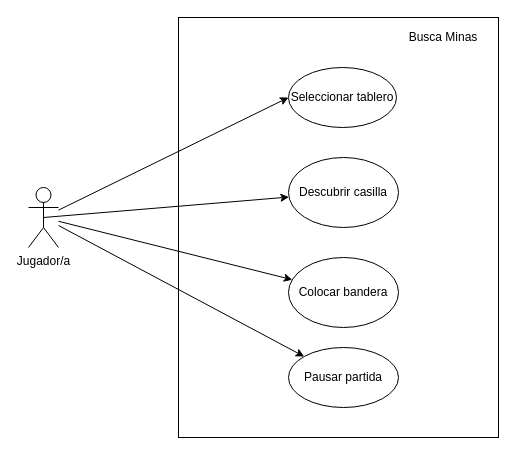
This is Untitled Diagram.drawio from nina011/bpmn_vi_semestre, a draw.io file, before an edit. Source tidied: cells renumbered, new cells numbered last; positions are measured from the earlier drawing's top-left corner, leaving out a move shared by most shapes. Both pictures are drawn from the tidied source at 100%, with x=0, y=0 at pixel (28, 17).
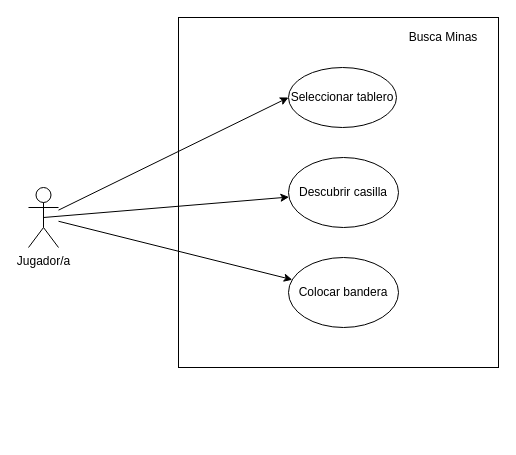
The same page after the edit.

Diff of the diagram source:
```diff
@@
 <mxGraphModel>
   <root>
     <mxCell id="0" />
     <mxCell id="1" parent="0" />
     <mxCell id="2" value="Jugador/a" style="shape=umlActor;verticalLabelPosition=bottom;verticalAlign=top;html=1;outlineConnect=0;" parent="1" vertex="1">
       <mxGeometry y="170" width="30" height="60" as="geometry" />
     </mxCell>
     <mxCell id="3" style="rounded=0;whiteSpace=wrap;html=1;" parent="1" vertex="1">
-      <mxGeometry x="150" width="320" height="420" as="geometry" />
+      <mxGeometry x="150" width="320" height="350" as="geometry" />
     </mxCell>
     <mxCell id="4" value="Seleccionar tablero" style="ellipse;whiteSpace=wrap;html=1;" parent="1" vertex="1">
       <mxGeometry x="260" y="50" width="108" height="60" as="geometry" />
     </mxCell>
     <mxCell id="5" value="Descubrir casilla" style="ellipse;whiteSpace=wrap;html=1;" parent="1" vertex="1">
       <mxGeometry x="260" y="140" width="110" height="70" as="geometry" />
     </mxCell>
     <mxCell id="6" value="Colocar bandera" style="ellipse;whiteSpace=wrap;html=1;" parent="1" vertex="1">
       <mxGeometry x="260" y="240" width="110" height="70" as="geometry" />
     </mxCell>
-    <mxCell id="7" value="Pausar partida" style="ellipse;whiteSpace=wrap;html=1;" parent="1" vertex="1">
-      <mxGeometry x="260" y="330" width="110" height="60" as="geometry" />
-    </mxCell>
     <mxCell id="8" value="Busca Minas" style="text;html=1;strokeColor=none;fillColor=none;align=center;verticalAlign=middle;whiteSpace=wrap;rounded=0;" parent="1" vertex="1">
       <mxGeometry x="360" y="10" width="110" height="20" as="geometry" />
     </mxCell>
     <mxCell id="9" style="endArrow=classic;html=1;entryX=0;entryY=0.5;entryDx=0;entryDy=0;" parent="1" edge="1" source="2" target="4">
       <mxGeometry relative="1" as="geometry" />
     </mxCell>
     <mxCell id="10" style="endArrow=classic;html=1;exitX=0.5;exitY=0.5;exitDx=0;exitDy=0;exitPerimeter=0;" parent="1" edge="1" source="2" target="5">
       <mxGeometry relative="1" as="geometry" />
     </mxCell>
     <mxCell id="11" style="endArrow=classic;html=1;" parent="1" edge="1" source="2" target="6">
       <mxGeometry relative="1" as="geometry" />
     </mxCell>
-    <mxCell id="12" style="endArrow=classic;html=1;" parent="1" edge="1" source="2" target="7">
-      <mxGeometry relative="1" as="geometry" />
-    </mxCell>
   </root>
 </mxGraphModel>
```
